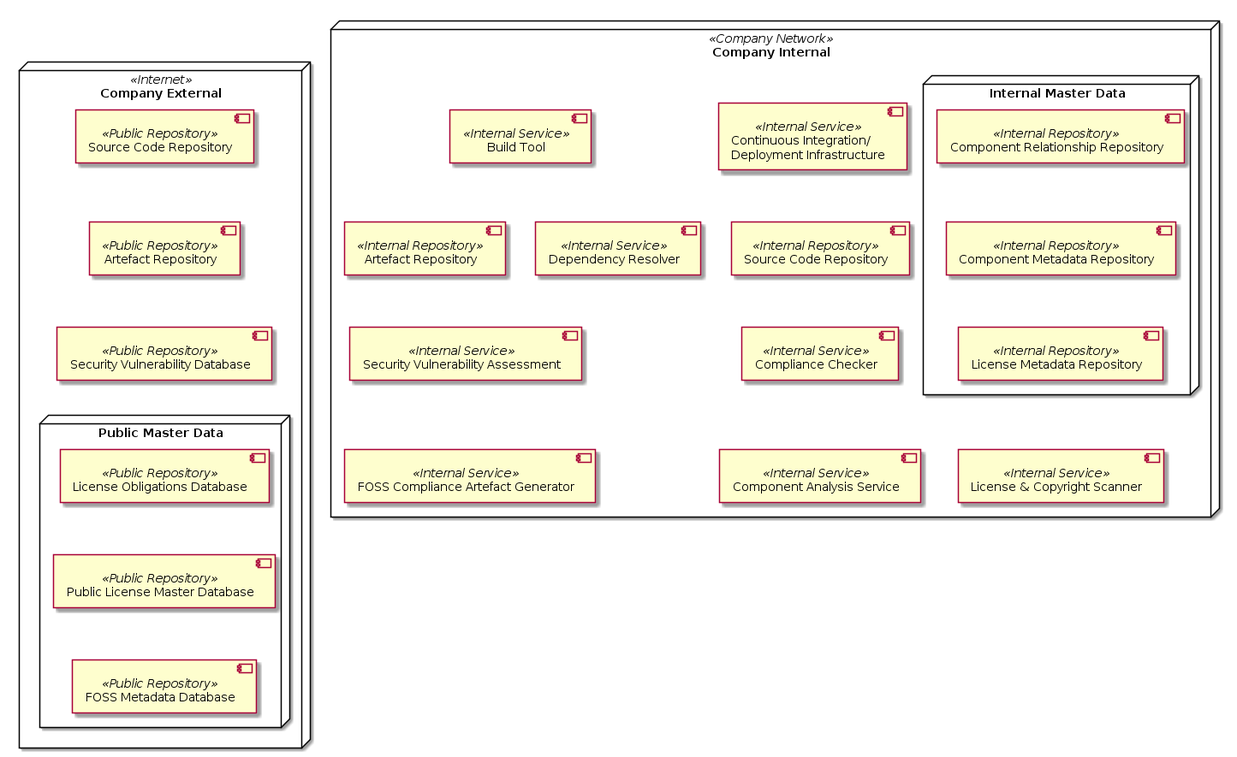
Before: Tooling-Landscape/Unanimous-Understanding/OSS_Tooling_Landscape_UMLComp.png, a diagram exported from PlantUML (Open-Source-Compliance/Sharing-creates-value).
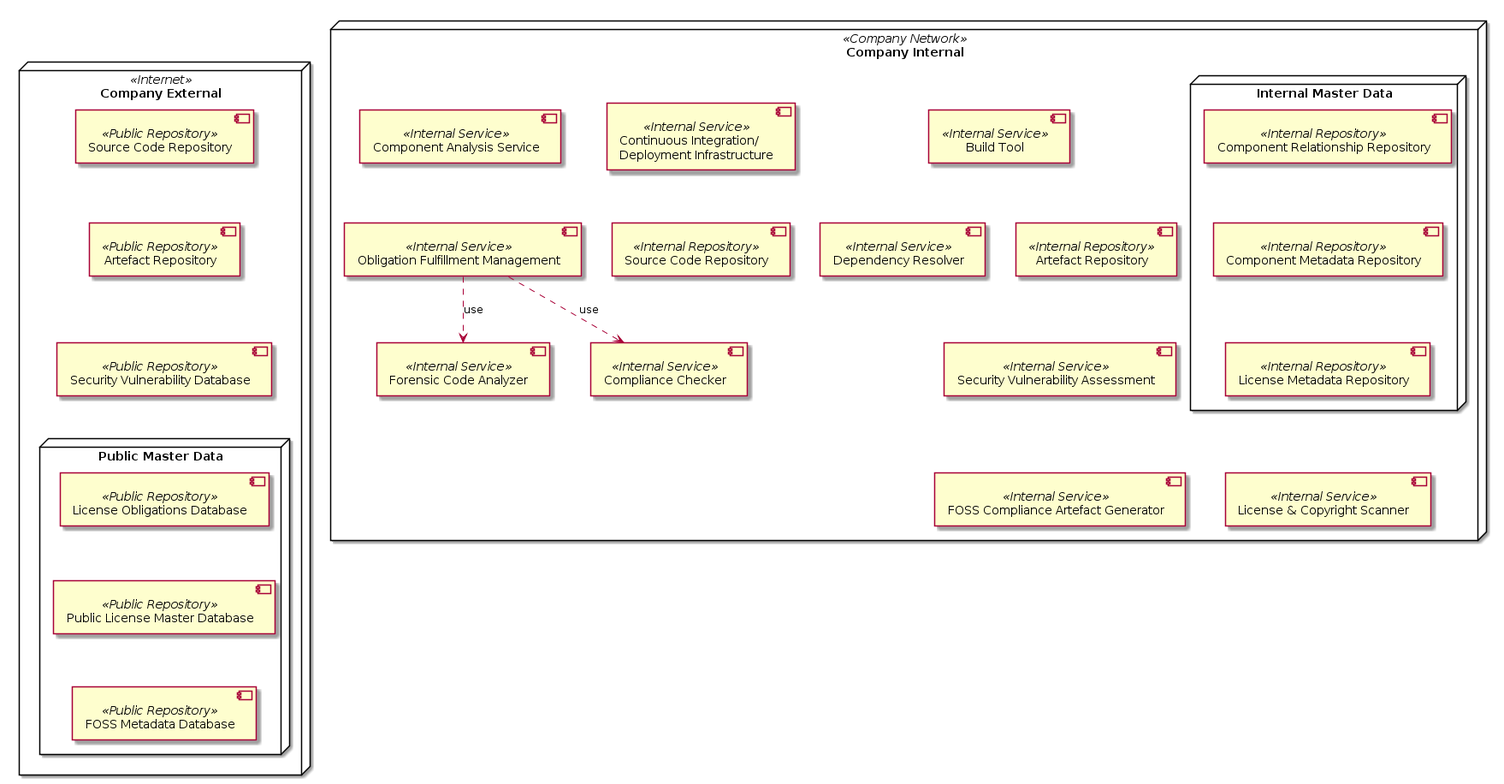
After the commit.

Commit message:
Adjusted Componenten Model PNG

What changed in the source:
```diff
@@ -24,6 +24,7 @@
 }
 
 
+
 node "Company Internal" <<Company Network>> {
 
     component [Continuous Integration/\nDeployment Infrastructure] as cicd <<Internal Service>>
@@ -45,6 +46,13 @@
     component [License & Copyright Scanner] as licensescanner <<Internal Service>>
 
     component [Security Vulnerability Assessment] as securityassessment <<Internal Service>>
+
+    component [Forensic Code Analyzer] as forensiccodeanalyzer <<Internal Service>>
+
+    component [Obligation Fulfillment Management] as obligationfulfillmentmgmt <<Internal Service>>
+
+    obligationfulfillmentmgmt ..> forensiccodeanalyzer : use
+    obligationfulfillmentmgmt ..> compliancechecker : use
 
     node "Internal Master Data" {
 
@@ -71,7 +79,6 @@
 buildsystem -[hidden]-> dependencyresolver
 internalsource -[hidden]-> compliancechecker
 internalartefacts -[hidden]-> securityassessment
-compliancechecker -[hidden]-> componentanalysis
 securityassessment -[hidden]-> fossartefactgenerator
 licenses -[hidden]-> licensescanner
 
```
